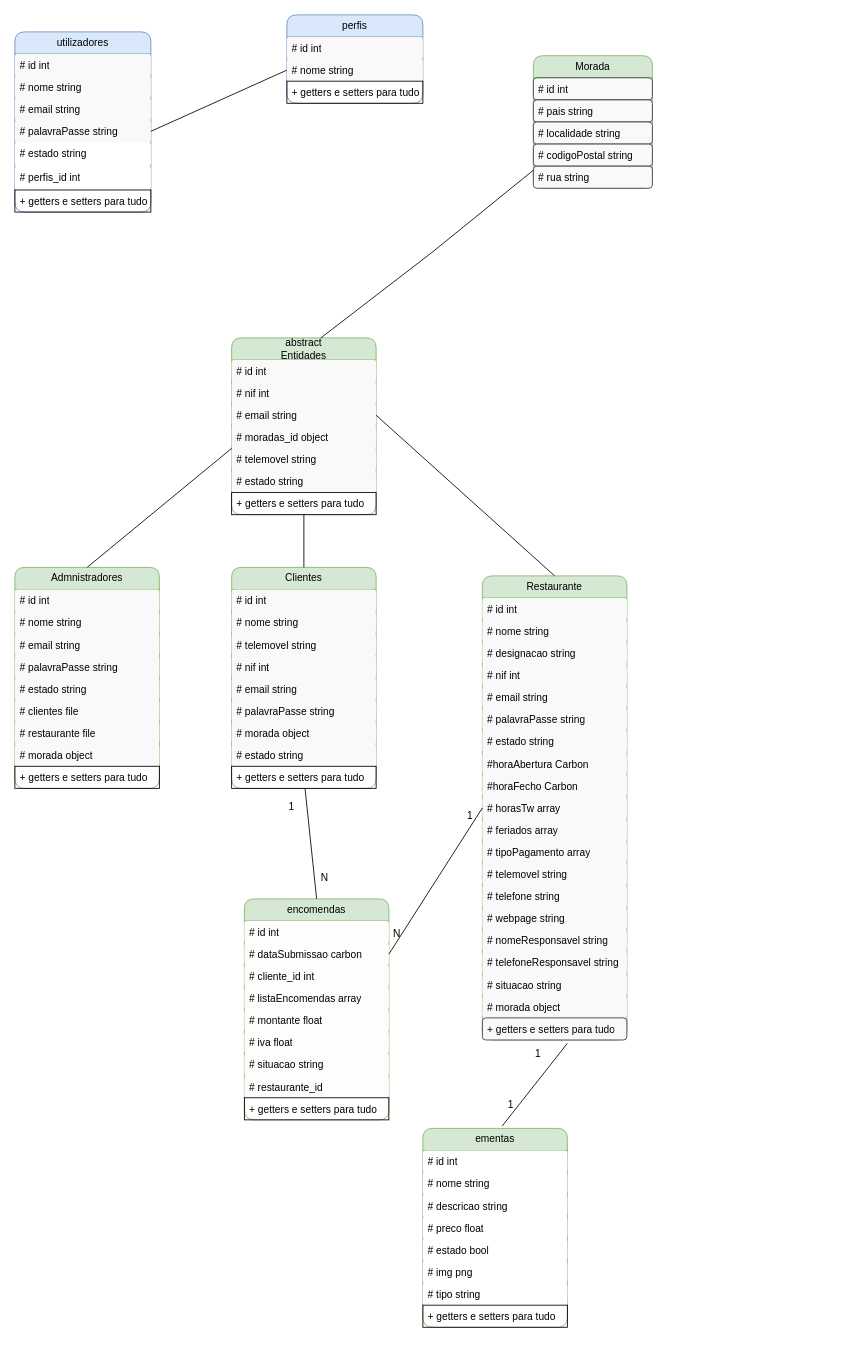
Before: restaurante.drawio in Linda0Sousa/Restaurante, a draw.io diagram. Source tidied: cells renumbered, new cells numbered last; positions are measured from the earlier drawing's top-left corner, leaving out a move shared by most shapes. Both pictures are drawn from the tidied source at 85%, with x=0, y=0 at pixel (14, 14).
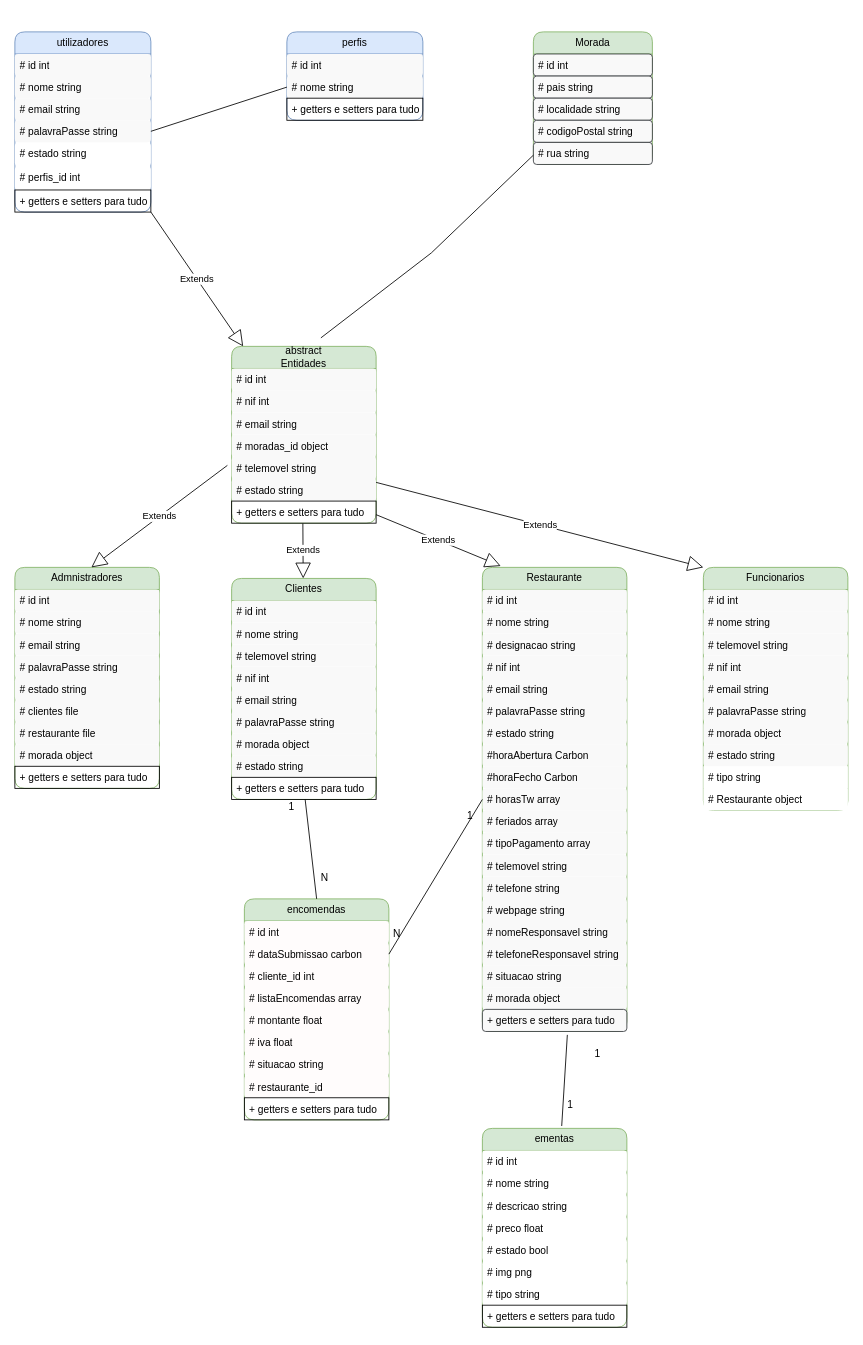
The same page after the edit.

The change refers to these unchanged cells:
```xml
<mxCell id="41" value="Admnistradores" style="swimlane;fontStyle=0;horizontal=1;startSize=26;fillColor=#d5e8d4;whiteSpace=wrap;html=1;strokeColor=#82b366;rounded=1;" parent="1" vertex="1">
  <mxGeometry y="650" width="170" height="260" as="geometry" />
</mxCell>
<mxCell id="88" value="# email string" style="text;align=left;verticalAlign=top;spacingLeft=4;spacingRight=4;overflow=hidden;points=[[0,0.5],[1,0.5]];portConstraint=eastwest;whiteSpace=wrap;html=1;fillColor=#F9F9F9;strokeColor=none;rounded=1;" parent="85" vertex="1">
  <mxGeometry y="78" width="170" height="26" as="geometry" />
</mxCell>
<mxCell id="92" value="+ getters e setters para tudo" style="text;strokeColor=default;fillColor=none;align=left;verticalAlign=top;spacingLeft=4;spacingRight=4;overflow=hidden;points=[[0,0.5],[1,0.5]];portConstraint=eastwest;" parent="85" vertex="1">
  <mxGeometry y="182" width="170" height="26" as="geometry" />
</mxCell>
```

The edit, as a diff of the source:
```diff
@@
     <mxCell id="10" value="Clientes" style="swimlane;fontStyle=0;horizontal=1;startSize=26;fillColor=#d5e8d4;whiteSpace=wrap;html=1;strokeColor=#82b366;rounded=1;" parent="1" vertex="1">
-      <mxGeometry x="255" y="650" width="170" height="260" as="geometry" />
+      <mxGeometry x="255" y="663" width="170" height="260" as="geometry" />
     </mxCell>
@@
     <mxCell id="20" value="Restaurante" style="swimlane;fontStyle=0;horizontal=1;startSize=26;fillColor=#d5e8d4;whiteSpace=wrap;html=1;strokeColor=#82b366;rounded=1;" parent="1" vertex="1">
-      <mxGeometry x="550" y="660" width="170" height="546" as="geometry" />
+      <mxGeometry x="550" y="650" width="170" height="546" as="geometry" />
     </mxCell>
@@
+    <mxCell id="102" value="Extends" style="endArrow=block;endSize=16;endFill=0;html=1;rounded=0;" parent="41" edge="1">
+      <mxGeometry relative="1" as="geometry">
+        <mxPoint x="250" y="-120" as="sourcePoint" />
+        <mxPoint x="90" as="targetPoint" />
+      </mxGeometry>
+    </mxCell>
@@
     <mxCell id="51" value="ementas" style="swimlane;fontStyle=0;horizontal=1;startSize=26;fillColor=#d5e8d4;whiteSpace=wrap;html=1;strokeColor=#82b366;rounded=1;" parent="1" vertex="1">
-      <mxGeometry x="480" y="1310" width="170" height="234" as="geometry" />
+      <mxGeometry x="550" y="1310" width="170" height="234" as="geometry" />
     </mxCell>
@@
     <mxCell id="79" value="Morada" style="swimlane;fontStyle=0;horizontal=1;startSize=26;fillColor=#d5e8d4;whiteSpace=wrap;html=1;strokeColor=#82b366;rounded=1;" parent="1" vertex="1">
-      <mxGeometry x="610" y="48" width="140" height="156" as="geometry" />
+      <mxGeometry x="610" y="20" width="140" height="156" as="geometry" />
     </mxCell>
@@
     <mxCell id="85" value="abstract &lt;br&gt;Entidades" style="swimlane;fontStyle=0;horizontal=1;startSize=26;fillColor=#d5e8d4;whiteSpace=wrap;html=1;strokeColor=#82b366;rounded=1;" parent="1" vertex="1">
-      <mxGeometry x="255" y="380" width="170" height="208" as="geometry" />
+      <mxGeometry x="255" y="390" width="170" height="208" as="geometry" />
     </mxCell>
@@
     <mxCell id="93" value="perfis" style="swimlane;fontStyle=0;horizontal=1;startSize=26;fillColor=#dae8fc;whiteSpace=wrap;html=1;strokeColor=#6c8ebf;rounded=1;" parent="1" vertex="1">
-      <mxGeometry x="320" width="160" height="104" as="geometry" />
+      <mxGeometry x="320" y="20" width="160" height="104" as="geometry" />
     </mxCell>
@@
-    <mxCell id="98" style="endArrow=none;html=1;rounded=0;exitX=0.5;exitY=0;exitDx=0;exitDy=0;" parent="1" edge="1" source="10" target="92">
-      <mxGeometry relative="1" as="geometry" />
-    </mxCell>
-    <mxCell id="99" style="endArrow=none;html=1;rounded=0;exitX=0.5;exitY=0;exitDx=0;exitDy=0;" parent="1" edge="1" source="41">
-      <mxGeometry relative="1" as="geometry">
-        <mxPoint x="255" y="510" as="targetPoint" />
-      </mxGeometry>
-    </mxCell>
-    <mxCell id="100" style="endArrow=none;html=1;rounded=0;entryX=1;entryY=0.5;entryDx=0;entryDy=0;exitX=0.5;exitY=0;exitDx=0;exitDy=0;" parent="1" edge="1" source="20" target="88">
-      <mxGeometry relative="1" as="geometry" />
-    </mxCell>
@@
+    <mxCell id="103" value="Funcionarios" style="swimlane;fontStyle=0;horizontal=1;startSize=26;fillColor=#d5e8d4;whiteSpace=wrap;html=1;strokeColor=#82b366;rounded=1;" parent="1" vertex="1">
+      <mxGeometry x="810" y="650" width="170" height="286" as="geometry" />
+    </mxCell>
+    <mxCell id="104" value="# id int" style="text;align=left;verticalAlign=top;spacingLeft=4;spacingRight=4;overflow=hidden;whiteSpace=wrap;html=1;fillColor=#F9F9F9;strokeColor=none;rounded=1;" parent="103" vertex="1">
+      <mxGeometry y="26" width="170" height="26" as="geometry" />
+    </mxCell>
+    <mxCell id="105" value="# nome string" style="text;align=left;verticalAlign=top;spacingLeft=4;spacingRight=4;overflow=hidden;whiteSpace=wrap;html=1;fillColor=#F9F9F9;strokeColor=none;rounded=1;" parent="103" vertex="1">
+      <mxGeometry y="52" width="170" height="26" as="geometry" />
+    </mxCell>
+    <mxCell id="106" value="# telemovel string" style="text;align=left;verticalAlign=top;spacingLeft=4;spacingRight=4;overflow=hidden;whiteSpace=wrap;html=1;fillColor=#F9F9F9;strokeColor=none;rounded=1;" parent="103" vertex="1">
+      <mxGeometry y="78" width="170" height="26" as="geometry" />
+    </mxCell>
+    <mxCell id="107" value="# nif int" style="text;align=left;verticalAlign=top;spacingLeft=4;spacingRight=4;overflow=hidden;whiteSpace=wrap;html=1;fillColor=#F9F9F9;strokeColor=none;rounded=1;" parent="103" vertex="1">
+      <mxGeometry y="104" width="170" height="26" as="geometry" />
+    </mxCell>
+    <mxCell id="108" value="# email string" style="text;align=left;verticalAlign=top;spacingLeft=4;spacingRight=4;overflow=hidden;whiteSpace=wrap;html=1;fillColor=#F9F9F9;strokeColor=none;rounded=1;" parent="103" vertex="1">
+      <mxGeometry y="130" width="170" height="26" as="geometry" />
+    </mxCell>
+    <mxCell id="109" value="# palavraPasse string" style="text;align=left;verticalAlign=top;spacingLeft=4;spacingRight=4;overflow=hidden;whiteSpace=wrap;html=1;fillColor=#F9F9F9;strokeColor=none;rounded=1;" parent="103" vertex="1">
+      <mxGeometry y="156" width="170" height="26" as="geometry" />
+    </mxCell>
+    <mxCell id="110" value="# morada object" style="text;align=left;verticalAlign=top;spacingLeft=4;spacingRight=4;overflow=hidden;whiteSpace=wrap;html=1;fillColor=#F9F9F9;strokeColor=none;rounded=1;" parent="103" vertex="1">
+      <mxGeometry y="182" width="170" height="26" as="geometry" />
+    </mxCell>
+    <mxCell id="111" value="# estado string" style="text;align=left;verticalAlign=top;spacingLeft=4;spacingRight=4;overflow=hidden;whiteSpace=wrap;html=1;fillColor=#F9F9F9;strokeColor=none;rounded=1;" parent="103" vertex="1">
+      <mxGeometry y="208" width="170" height="26" as="geometry" />
+    </mxCell>
+    <mxCell id="112" value="# tipo string" style="text;align=left;verticalAlign=top;spacingLeft=4;spacingRight=4;overflow=hidden;fillColor=#FFFFFF;" parent="103" vertex="1">
+      <mxGeometry y="234" width="170" height="26" as="geometry" />
+    </mxCell>
+    <mxCell id="113" value="# Restaurante object" style="text;align=left;verticalAlign=top;spacingLeft=4;spacingRight=4;overflow=hidden;fillColor=default;" parent="103" vertex="1">
+      <mxGeometry y="260" width="170" height="26" as="geometry" />
+    </mxCell>
+    <mxCell id="114" value="Extends" style="endArrow=block;endSize=16;endFill=0;html=1;rounded=0;entryX=0.127;entryY=-0.003;entryDx=0;entryDy=0;entryPerimeter=0;" parent="1" edge="1" target="20">
+      <mxGeometry relative="1" as="geometry">
+        <mxPoint x="425" y="588" as="sourcePoint" />
+      </mxGeometry>
+    </mxCell>
+    <mxCell id="115" value="Extends" style="endArrow=block;endSize=16;endFill=0;html=1;rounded=0;exitX=0.493;exitY=1.015;exitDx=0;exitDy=0;exitPerimeter=0;" parent="1" edge="1" source="92" target="10">
+      <mxGeometry relative="1" as="geometry" />
+    </mxCell>
+    <mxCell id="116" value="Extends" style="endArrow=block;endSize=16;endFill=0;html=1;rounded=0;" parent="1" edge="1" target="85">
+      <mxGeometry relative="1" as="geometry">
+        <mxPoint x="160" y="232" as="sourcePoint" />
+      </mxGeometry>
+    </mxCell>
+    <mxCell id="117" value="Extends" style="endArrow=block;endSize=16;endFill=0;html=1;rounded=0;entryX=0;entryY=0;entryDx=0;entryDy=0;" parent="1" edge="1" target="103">
+      <mxGeometry relative="1" as="geometry">
+        <mxPoint x="425" y="550" as="sourcePoint" />
+      </mxGeometry>
+    </mxCell>
```
